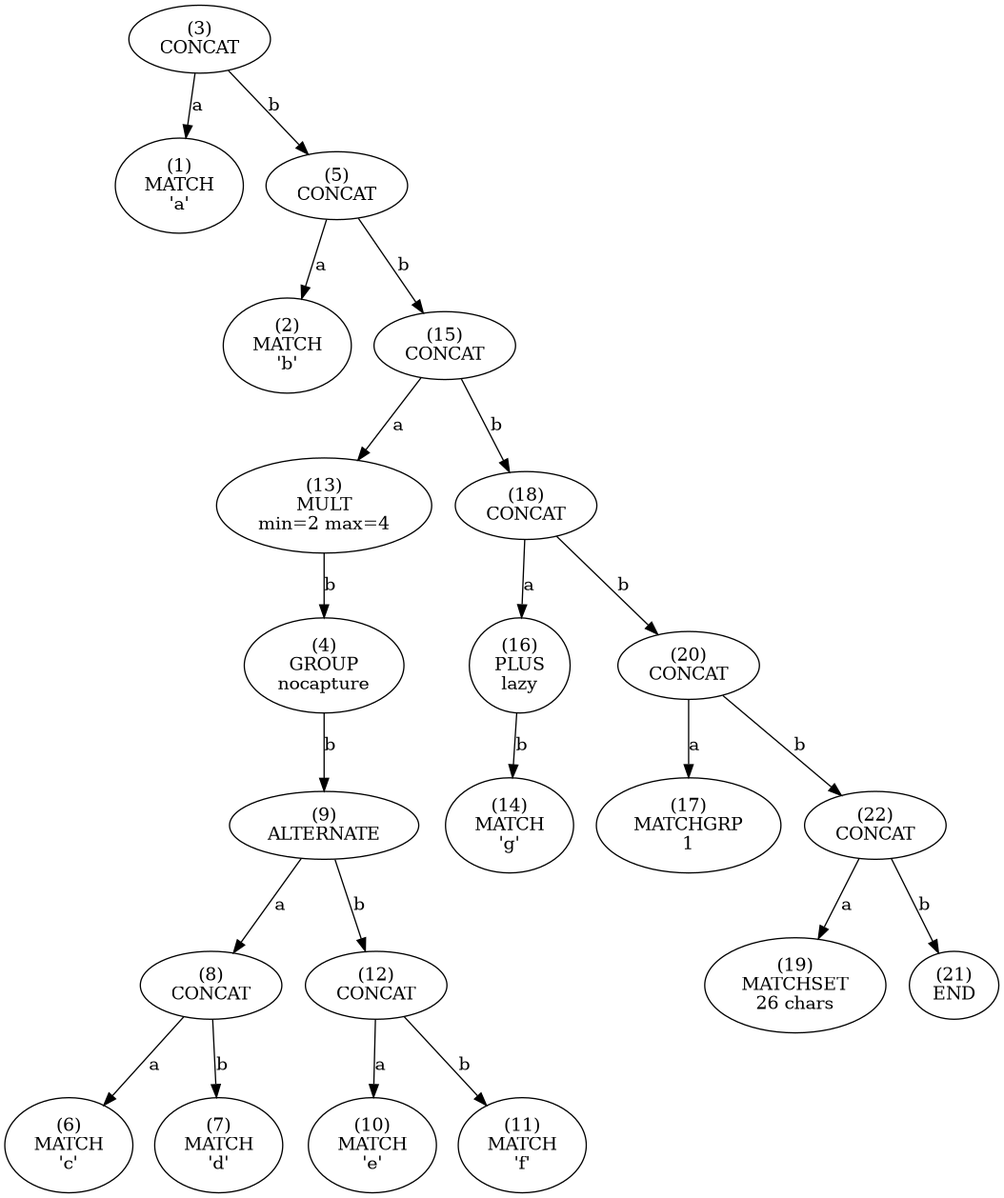
This is tree.png from essele/rele, a Graphviz export, as it was before one commit. Its source is kept beside it as tree.dot. The source it was exported from:
```dot
digraph tree {
    n0x4a8f170 [label="(3)
CONCAT
"];
    n0x4a8f170 -> n0x4a8f090 [label="a"];
    n0x4a8f090 [label="(1)
MATCH
'a'"];
    n0x4a8f170 -> n0x4a8f250 [label="b"];
    n0x4a8f250 [label="(5)
CONCAT
"];
    n0x4a8f250 -> n0x4a8f100 [label="a"];
    n0x4a8f100 [label="(2)
MATCH
'b'"];
    n0x4a8f250 -> n0x4a8f6b0 [label="b"];
    n0x4a8f6b0 [label="(15)
CONCAT
"];
    n0x4a8f6b0 -> n0x4a8f5d0 [label="a"];
    n0x4a8f5d0 [label="(13)
MULT
min=2 max=4"];
    n0x4a8f5d0 -> n0x4a8f1e0 [label="b"];
    n0x4a8f1e0 [label="(4)
GROUP
nocapture"];
    n0x4a8f1e0 -> n0x4a8f410 [label="b"];
    n0x4a8f410 [label="(9)
ALTERNATE
"];
    n0x4a8f410 -> n0x4a8f3a0 [label="a"];
    n0x4a8f3a0 [label="(8)
CONCAT
"];
    n0x4a8f3a0 -> n0x4a8f2c0 [label="a"];
    n0x4a8f2c0 [label="(6)
MATCH
'c'"];
    n0x4a8f3a0 -> n0x4a8f330 [label="b"];
    n0x4a8f330 [label="(7)
MATCH
'd'"];
    n0x4a8f410 -> n0x4a8f560 [label="b"];
    n0x4a8f560 [label="(12)
CONCAT
"];
    n0x4a8f560 -> n0x4a8f480 [label="a"];
    n0x4a8f480 [label="(10)
MATCH
'e'"];
    n0x4a8f560 -> n0x4a8f4f0 [label="b"];
    n0x4a8f4f0 [label="(11)
MATCH
'f'"];
    n0x4a8f6b0 -> n0x4a8f800 [label="b"];
    n0x4a8f800 [label="(18)
CONCAT
"];
    n0x4a8f800 -> n0x4a8f720 [label="a"];
    n0x4a8f720 [label="(16)
PLUS
lazy"];
    n0x4a8f720 -> n0x4a8f640 [label="b"];
    n0x4a8f640 [label="(14)
MATCH
'g'"];
    n0x4a8f800 -> n0x4a8f8e0 [label="b"];
    n0x4a8f8e0 [label="(20)
CONCAT
"];
    n0x4a8f8e0 -> n0x4a8f790 [label="a"];
    n0x4a8f790 [label="(17)
MATCHGRP
1"];
    n0x4a8f8e0 -> n0x4a8fa10 [label="b"];
    n0x4a8fa10 [label="(22)
CONCAT
"];
    n0x4a8fa10 -> n0x4a8f870 [label="a"];
    n0x4a8f870 [label="(19)
MATCHSET
26 chars"];
    n0x4a8fa10 -> n0x4a8f9a0 [label="b"];
    n0x4a8f9a0 [label="(21)
END
"];
}
```
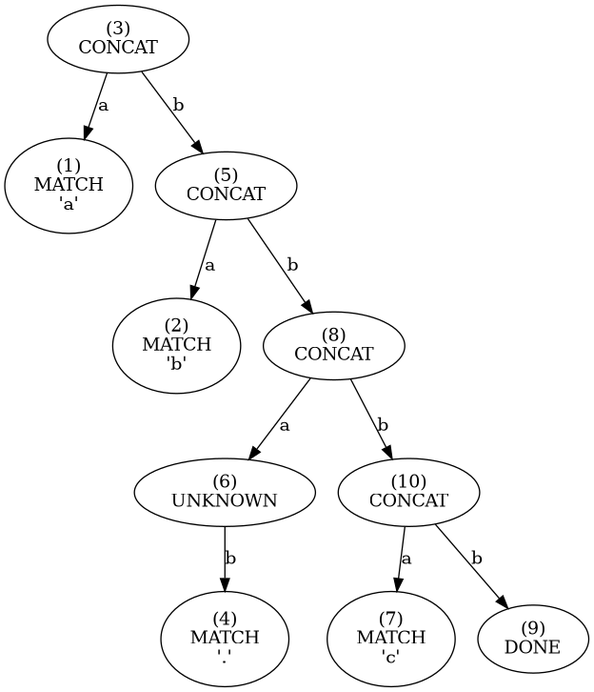
The same file after the commit.

Diff of the diagram source:
```diff
@@ -1,89 +1,41 @@
 digraph tree {
-    n0x4a8f170 [label="(3)
+    n0xb45701561320 [label="(3)
 CONCAT
 "];
-    n0x4a8f170 -> n0x4a8f090 [label="a"];
-    n0x4a8f090 [label="(1)
+    n0xb45701561320 -> n0xb457015612c0 [label="a"];
+    n0xb457015612c0 [label="(1)
 MATCH
 'a'"];
-    n0x4a8f170 -> n0x4a8f250 [label="b"];
-    n0x4a8f250 [label="(5)
+    n0xb45701561320 -> n0xb45701561380 [label="b"];
+    n0xb45701561380 [label="(5)
 CONCAT
 "];
-    n0x4a8f250 -> n0x4a8f100 [label="a"];
-    n0x4a8f100 [label="(2)
+    n0xb45701561380 -> n0xb457015612f0 [label="a"];
+    n0xb457015612f0 [label="(2)
 MATCH
 'b'"];
-    n0x4a8f250 -> n0x4a8f6b0 [label="b"];
-    n0x4a8f6b0 [label="(15)
+    n0xb45701561380 -> n0xb45701561410 [label="b"];
+    n0xb45701561410 [label="(8)
 CONCAT
 "];
-    n0x4a8f6b0 -> n0x4a8f5d0 [label="a"];
-    n0x4a8f5d0 [label="(13)
-MULT
-min=2 max=4"];
-    n0x4a8f5d0 -> n0x4a8f1e0 [label="b"];
-    n0x4a8f1e0 [label="(4)
-GROUP
-nocapture"];
-    n0x4a8f1e0 -> n0x4a8f410 [label="b"];
-    n0x4a8f410 [label="(9)
-ALTERNATE
+    n0xb45701561410 -> n0xb457015613b0 [label="a"];
+    n0xb457015613b0 [label="(6)
+UNKNOWN
 "];
-    n0x4a8f410 -> n0x4a8f3a0 [label="a"];
-    n0x4a8f3a0 [label="(8)
+    n0xb457015613b0 -> n0xb45701561350 [label="b"];
+    n0xb45701561350 [label="(4)
+MATCH
+'.'"];
+    n0xb45701561410 -> n0xb45701561470 [label="b"];
+    n0xb45701561470 [label="(10)
 CONCAT
 "];
-    n0x4a8f3a0 -> n0x4a8f2c0 [label="a"];
-    n0x4a8f2c0 [label="(6)
+    n0xb45701561470 -> n0xb457015613e0 [label="a"];
+    n0xb457015613e0 [label="(7)
 MATCH
 'c'"];
-    n0x4a8f3a0 -> n0x4a8f330 [label="b"];
-    n0x4a8f330 [label="(7)
-MATCH
-'d'"];
-    n0x4a8f410 -> n0x4a8f560 [label="b"];
-    n0x4a8f560 [label="(12)
-CONCAT
-"];
-    n0x4a8f560 -> n0x4a8f480 [label="a"];
-    n0x4a8f480 [label="(10)
-MATCH
-'e'"];
-    n0x4a8f560 -> n0x4a8f4f0 [label="b"];
-    n0x4a8f4f0 [label="(11)
-MATCH
-'f'"];
-    n0x4a8f6b0 -> n0x4a8f800 [label="b"];
-    n0x4a8f800 [label="(18)
-CONCAT
-"];
-    n0x4a8f800 -> n0x4a8f720 [label="a"];
-    n0x4a8f720 [label="(16)
-PLUS
-lazy"];
-    n0x4a8f720 -> n0x4a8f640 [label="b"];
-    n0x4a8f640 [label="(14)
-MATCH
-'g'"];
-    n0x4a8f800 -> n0x4a8f8e0 [label="b"];
-    n0x4a8f8e0 [label="(20)
-CONCAT
-"];
-    n0x4a8f8e0 -> n0x4a8f790 [label="a"];
-    n0x4a8f790 [label="(17)
-MATCHGRP
-1"];
-    n0x4a8f8e0 -> n0x4a8fa10 [label="b"];
-    n0x4a8fa10 [label="(22)
-CONCAT
-"];
-    n0x4a8fa10 -> n0x4a8f870 [label="a"];
-    n0x4a8f870 [label="(19)
-MATCHSET
-26 chars"];
-    n0x4a8fa10 -> n0x4a8f9a0 [label="b"];
-    n0x4a8f9a0 [label="(21)
-END
+    n0xb45701561470 -> n0xb45701561440 [label="b"];
+    n0xb45701561440 [label="(9)
+DONE
 "];
 }
```
